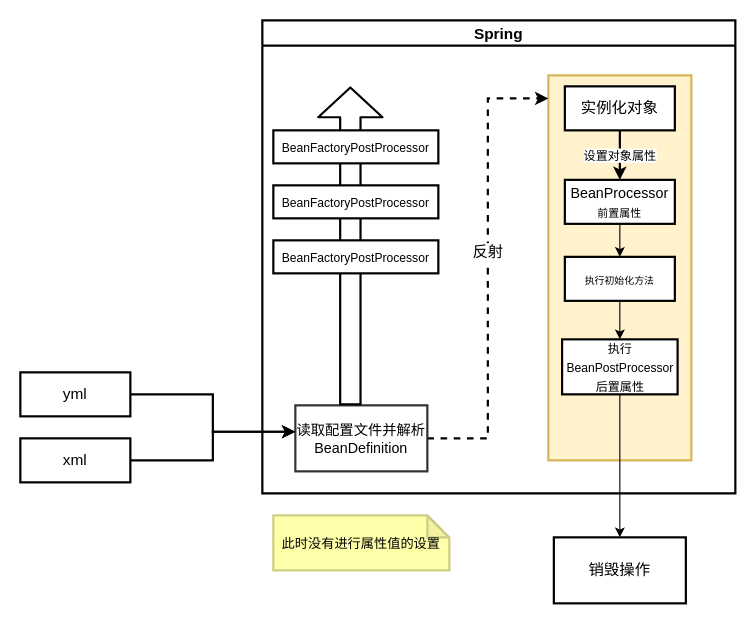
This is 后端/框架/Spring/IOC.drawio from chinazzl/myNote, a draw.io file, before an edit. Source tidied: cells renumbered, new cells numbered last; positions are measured from the earlier drawing's top-left corner, leaving out a move shared by most shapes. Both pictures are drawn from the tidied source at 110%, with x=0, y=0 at pixel (20, 20).
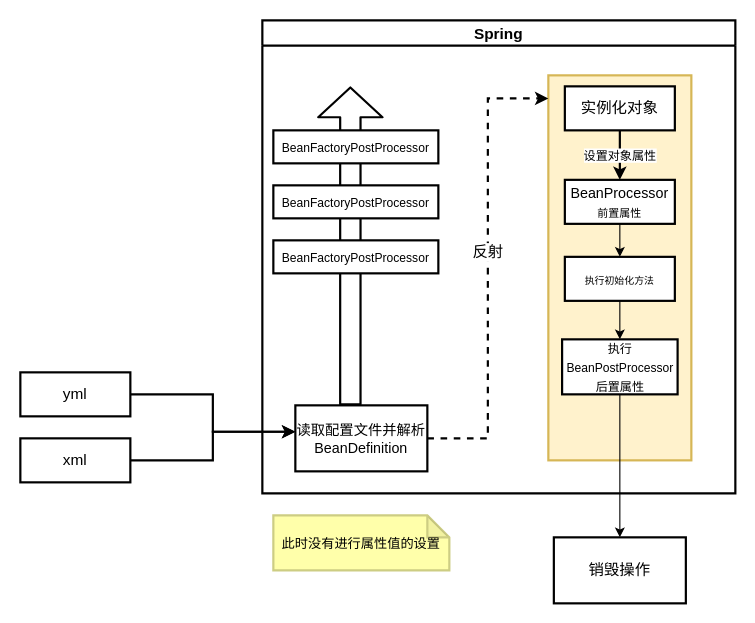
The same page after the edit.

Unchanged cells that the change refers to:
```xml
<mxCell id="2" value="Spring" style="swimlane;fontFamily=微软雅黑;fontSize=14;strokeWidth=2;" parent="1" vertex="1">
  <mxGeometry x="220" width="430" height="430" as="geometry" />
</mxCell>
```

The edit, as a diff of the source:
```diff
@@
-    <mxCell id="6" value="&lt;font style=&quot;font-size: 13px&quot;&gt;读取配置文件并解析&lt;br&gt;BeanDefinition&lt;/font&gt;" style="rounded=0;whiteSpace=wrap;html=1;strokeColor=#323232;fontFamily=微软雅黑;fontSize=14;strokeWidth=2;" parent="2" vertex="1">
+    <mxCell id="6" value="&lt;font style=&quot;font-size: 13px&quot;&gt;读取配置文件并解析&lt;br&gt;BeanDefinition&lt;/font&gt;" style="rounded=0;whiteSpace=wrap;html=1;fontFamily=微软雅黑;fontSize=14;strokeWidth=2;" parent="2" vertex="1">
       <mxGeometry x="30" y="350" width="120" height="60" as="geometry" />
     </mxCell>
```
